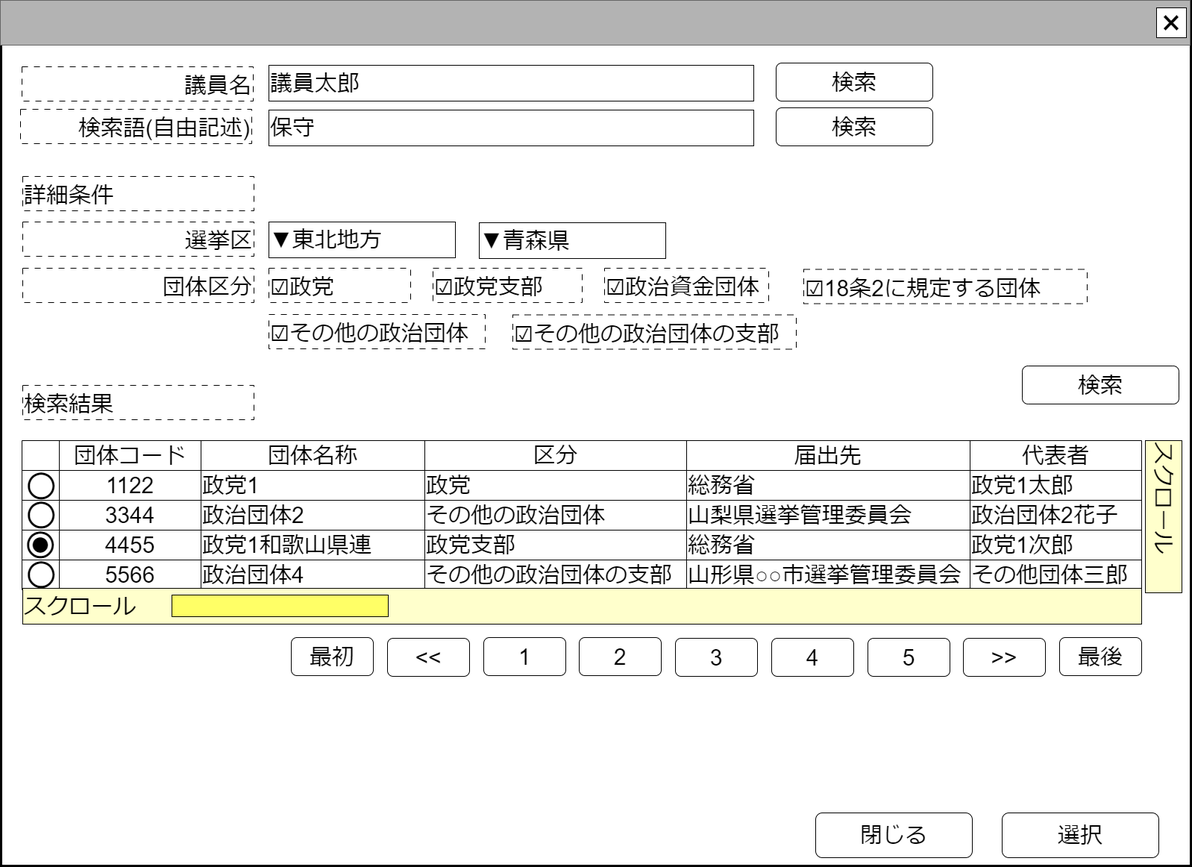
chiwa2023/investigate-politician-balance-report keeps this draw.io diagram as docs/common/front/search_politic_orgnization/image/政治団体検索.drawio.png. Above is the earlier version. Source tidied: cells renumbered, new cells last; positions are measured from the earlier drawing's top-left corner, leaving out a move shared by most shapes.
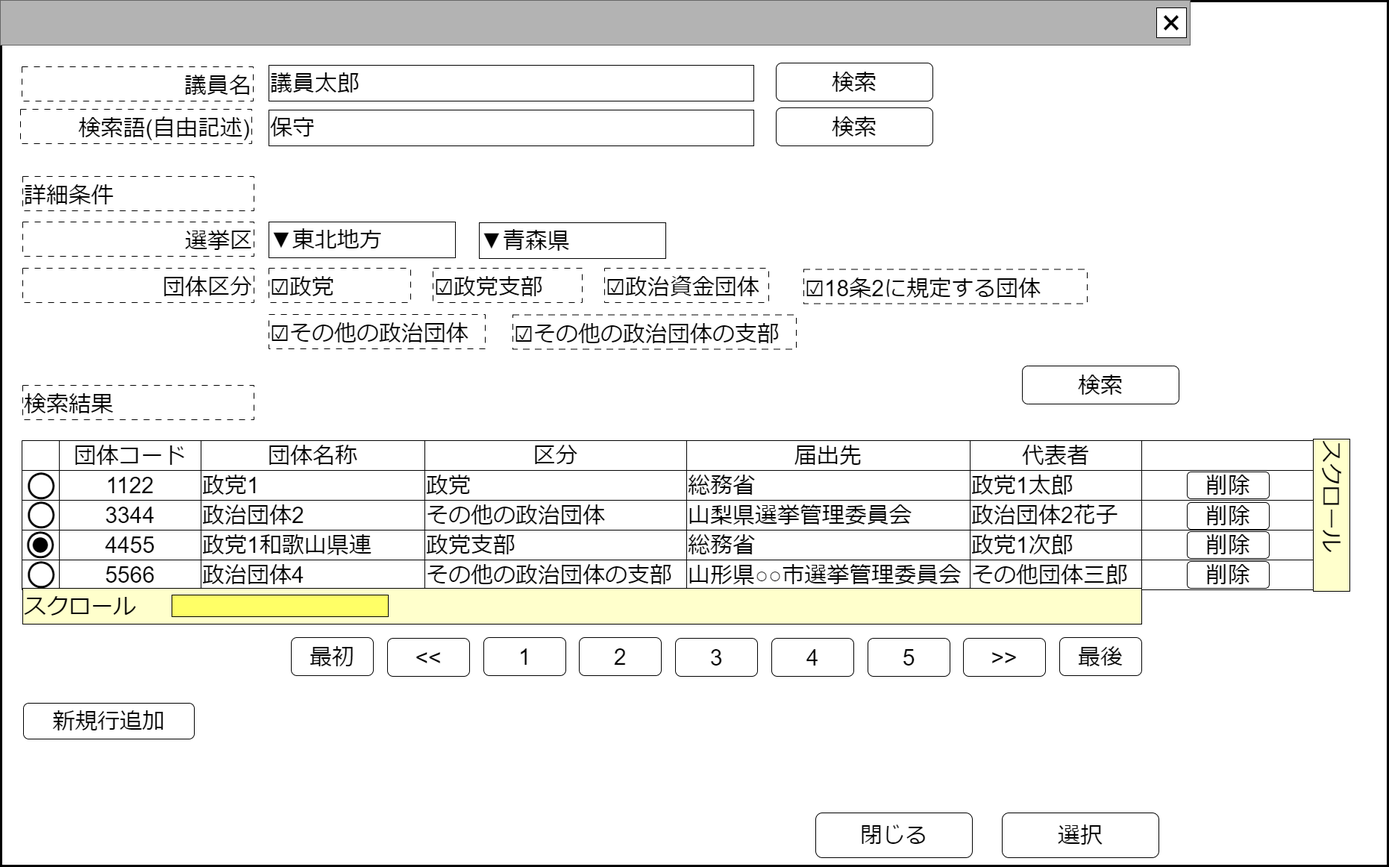
After the commit.

What changed in the source:
```diff
@@ -3,7 +3,7 @@
     <mxCell id="0" />
     <mxCell id="1" value="ウインドウ" parent="0" />
     <mxCell id="2" style="rounded=0;whiteSpace=wrap;html=1;strokeWidth=3;" parent="1" vertex="1">
-      <mxGeometry x="1" y="1" width="1595" height="1159" as="geometry" />
+      <mxGeometry x="1" y="1" width="1859" height="1159" as="geometry" />
     </mxCell>
     <mxCell id="3" style="rounded=0;whiteSpace=wrap;html=1;fillColor=#B3B3B3;fontColor=#333333;strokeColor=#666666;" parent="1" vertex="1">
       <mxGeometry width="1595" height="60" as="geometry" />
@@ -13,10 +13,10 @@
     </mxCell>
     <mxCell id="5" value="名称未設定レイヤ" parent="0" />
     <mxCell id="6" style="shape=table;startSize=0;fontSize=16;" parent="5" vertex="1">
-      <mxGeometry x="29" y="590" width="1501" height="200" as="geometry" />
+      <mxGeometry x="29" y="590" width="1731" height="200" as="geometry" />
     </mxCell>
     <mxCell id="7" style="shape=tableRow;horizontal=0;startSize=0;swimlaneHead=0;swimlaneBody=0;strokeColor=inherit;top=0;left=0;bottom=0;right=0;fillColor=none;fontSize=16;" parent="6" vertex="1">
-      <mxGeometry width="1501" height="40" as="geometry" />
+      <mxGeometry width="1731" height="40" as="geometry" />
     </mxCell>
     <mxCell id="8" style="shape=partialRectangle;html=1;whiteSpace=wrap;strokeColor=inherit;overflow=hidden;fillColor=none;top=0;left=0;bottom=0;right=0;fontSize=16;" parent="7" vertex="1">
       <mxGeometry width="50" height="40" as="geometry" />
@@ -36,8 +36,11 @@
     <mxCell id="13" value="&lt;font style=&quot;font-size: 30px;&quot;&gt;代表者&lt;/font&gt;" style="shape=partialRectangle;html=1;whiteSpace=wrap;strokeColor=inherit;overflow=hidden;fillColor=none;top=0;left=0;bottom=0;right=0;fontSize=16;" parent="7" vertex="1">
       <mxGeometry x="1271" width="230" height="40" as="geometry" />
     </mxCell>
+    <mxCell id="80" style="shape=partialRectangle;html=1;whiteSpace=wrap;strokeColor=inherit;overflow=hidden;fillColor=none;top=0;left=0;bottom=0;right=0;fontSize=16;" parent="7" vertex="1">
+      <mxGeometry x="1501" width="230" height="40" as="geometry" />
+    </mxCell>
     <mxCell id="14" style="shape=tableRow;horizontal=0;startSize=0;swimlaneHead=0;swimlaneBody=0;strokeColor=inherit;top=0;left=0;bottom=0;right=0;fillColor=none;fontSize=16;" parent="6" vertex="1">
-      <mxGeometry y="40" width="1501" height="40" as="geometry" />
+      <mxGeometry y="40" width="1731" height="40" as="geometry" />
     </mxCell>
     <mxCell id="15" style="shape=partialRectangle;html=1;whiteSpace=wrap;strokeColor=inherit;overflow=hidden;fillColor=none;top=0;left=0;bottom=0;right=0;fontSize=16;" parent="14" vertex="1">
       <mxGeometry width="50" height="40" as="geometry" />
@@ -57,8 +60,11 @@
     <mxCell id="20" value="&lt;font style=&quot;font-size: 30px;&quot;&gt;政党1太郎&lt;/font&gt;" style="shape=partialRectangle;html=1;whiteSpace=wrap;strokeColor=inherit;overflow=hidden;fillColor=none;top=0;left=0;bottom=0;right=0;fontSize=16;align=left;" parent="14" vertex="1">
       <mxGeometry x="1271" width="230" height="40" as="geometry" />
     </mxCell>
+    <mxCell id="81" style="shape=partialRectangle;html=1;whiteSpace=wrap;strokeColor=inherit;overflow=hidden;fillColor=none;top=0;left=0;bottom=0;right=0;fontSize=16;align=left;" parent="14" vertex="1">
+      <mxGeometry x="1501" width="230" height="40" as="geometry" />
+    </mxCell>
     <mxCell id="21" style="shape=tableRow;horizontal=0;startSize=0;swimlaneHead=0;swimlaneBody=0;strokeColor=inherit;top=0;left=0;bottom=0;right=0;fillColor=none;fontSize=16;align=left;" parent="6" vertex="1">
-      <mxGeometry y="80" width="1501" height="40" as="geometry" />
+      <mxGeometry y="80" width="1731" height="40" as="geometry" />
     </mxCell>
     <mxCell id="22" style="shape=partialRectangle;html=1;whiteSpace=wrap;strokeColor=inherit;overflow=hidden;fillColor=none;top=0;left=0;bottom=0;right=0;fontSize=16;" parent="21" vertex="1">
       <mxGeometry width="50" height="40" as="geometry" />
@@ -78,8 +84,11 @@
     <mxCell id="27" value="&lt;font style=&quot;font-size: 30px;&quot;&gt;政治団体2花子&lt;/font&gt;" style="shape=partialRectangle;html=1;whiteSpace=wrap;strokeColor=inherit;overflow=hidden;fillColor=none;top=0;left=0;bottom=0;right=0;fontSize=16;align=left;" parent="21" vertex="1">
       <mxGeometry x="1271" width="230" height="40" as="geometry" />
     </mxCell>
+    <mxCell id="82" style="shape=partialRectangle;html=1;whiteSpace=wrap;strokeColor=inherit;overflow=hidden;fillColor=none;top=0;left=0;bottom=0;right=0;fontSize=16;align=left;" parent="21" vertex="1">
+      <mxGeometry x="1501" width="230" height="40" as="geometry" />
+    </mxCell>
     <mxCell id="28" style="shape=tableRow;horizontal=0;startSize=0;swimlaneHead=0;swimlaneBody=0;strokeColor=inherit;top=0;left=0;bottom=0;right=0;fillColor=none;fontSize=16;" parent="6" vertex="1">
-      <mxGeometry y="120" width="1501" height="40" as="geometry" />
+      <mxGeometry y="120" width="1731" height="40" as="geometry" />
     </mxCell>
     <mxCell id="29" style="shape=partialRectangle;html=1;whiteSpace=wrap;strokeColor=inherit;overflow=hidden;fillColor=none;top=0;left=0;bottom=0;right=0;fontSize=16;" parent="28" vertex="1">
       <mxGeometry width="50" height="40" as="geometry" />
@@ -99,8 +108,11 @@
     <mxCell id="34" value="&lt;font style=&quot;font-size: 30px;&quot;&gt;政党1次郎&lt;/font&gt;" style="shape=partialRectangle;html=1;whiteSpace=wrap;strokeColor=inherit;overflow=hidden;fillColor=none;top=0;left=0;bottom=0;right=0;fontSize=16;align=left;" parent="28" vertex="1">
       <mxGeometry x="1271" width="230" height="40" as="geometry" />
     </mxCell>
+    <mxCell id="83" style="shape=partialRectangle;html=1;whiteSpace=wrap;strokeColor=inherit;overflow=hidden;fillColor=none;top=0;left=0;bottom=0;right=0;fontSize=16;align=left;" parent="28" vertex="1">
+      <mxGeometry x="1501" width="230" height="40" as="geometry" />
+    </mxCell>
     <mxCell id="35" style="shape=tableRow;horizontal=0;startSize=0;swimlaneHead=0;swimlaneBody=0;strokeColor=inherit;top=0;left=0;bottom=0;right=0;fillColor=none;fontSize=16;" parent="6" vertex="1">
-      <mxGeometry y="160" width="1501" height="40" as="geometry" />
+      <mxGeometry y="160" width="1731" height="40" as="geometry" />
     </mxCell>
     <mxCell id="36" style="shape=partialRectangle;html=1;whiteSpace=wrap;strokeColor=inherit;overflow=hidden;fillColor=none;top=0;left=0;bottom=0;right=0;fontSize=16;" parent="35" vertex="1">
       <mxGeometry width="50" height="40" as="geometry" />
@@ -120,6 +132,9 @@
     <mxCell id="41" value="&lt;font style=&quot;font-size: 30px;&quot;&gt;その他団体三郎&lt;/font&gt;" style="shape=partialRectangle;html=1;whiteSpace=wrap;strokeColor=inherit;overflow=hidden;fillColor=none;top=0;left=0;bottom=0;right=0;fontSize=16;align=left;" parent="35" vertex="1">
       <mxGeometry x="1271" width="230" height="40" as="geometry" />
     </mxCell>
+    <mxCell id="84" style="shape=partialRectangle;html=1;whiteSpace=wrap;strokeColor=inherit;overflow=hidden;fillColor=none;top=0;left=0;bottom=0;right=0;fontSize=16;align=left;" parent="35" vertex="1">
+      <mxGeometry x="1501" width="230" height="40" as="geometry" />
+    </mxCell>
     <mxCell id="42" value="&lt;font style=&quot;font-size: 84px;&quot;&gt;○&lt;/font&gt;" style="text;html=1;strokeColor=none;fillColor=none;align=center;verticalAlign=middle;whiteSpace=wrap;rounded=0;fontSize=60;" parent="5" vertex="1">
       <mxGeometry x="25" y="631" width="60" height="30" as="geometry" />
     </mxCell>
@@ -223,7 +238,7 @@
       <mxGeometry x="230" y="797" width="290" height="29" as="geometry" />
     </mxCell>
     <mxCell id="76" value="&lt;div style=&quot;&quot;&gt;&lt;font style=&quot;font-size: 30px;&quot;&gt;スクロール&lt;/font&gt;&lt;/div&gt;" style="rounded=0;whiteSpace=wrap;html=1;align=left;verticalAlign=top;fillColor=#FFFFCC;rotation=90;" parent="5" vertex="1">
-      <mxGeometry x="1457.5" y="667.5" width="204" height="49" as="geometry" />
+      <mxGeometry x="1682.5" y="665.5" width="204" height="49" as="geometry" />
     </mxCell>
     <mxCell id="77" value="&lt;span style=&quot;font-size: 30px;&quot;&gt;☑その他の政治団体&lt;/span&gt;" style="rounded=0;whiteSpace=wrap;html=1;align=left;dashed=1;dashPattern=8 8;verticalAlign=bottom;" parent="5" vertex="1">
       <mxGeometry x="360" y="421" width="290" height="46" as="geometry" />
@@ -234,5 +249,20 @@
     <mxCell id="79" value="&lt;span style=&quot;font-size: 30px;&quot;&gt;☑18条2に規定する団体&lt;/span&gt;" style="rounded=0;whiteSpace=wrap;html=1;align=left;dashed=1;dashPattern=8 8;verticalAlign=bottom;" parent="5" vertex="1">
       <mxGeometry x="1077" y="360.5" width="380" height="46" as="geometry" />
     </mxCell>
+    <mxCell id="85" value="&lt;span style=&quot;font-size: 30px;&quot;&gt;削除&lt;/span&gt;" style="rounded=1;whiteSpace=wrap;html=1;" parent="5" vertex="1">
+      <mxGeometry x="1591" y="632" width="110" height="36" as="geometry" />
+    </mxCell>
+    <mxCell id="86" value="&lt;span style=&quot;font-size: 30px;&quot;&gt;削除&lt;/span&gt;" style="rounded=1;whiteSpace=wrap;html=1;" parent="5" vertex="1">
+      <mxGeometry x="1591" y="673" width="110" height="36" as="geometry" />
+    </mxCell>
+    <mxCell id="87" value="&lt;span style=&quot;font-size: 30px;&quot;&gt;削除&lt;/span&gt;" style="rounded=1;whiteSpace=wrap;html=1;" parent="5" vertex="1">
+      <mxGeometry x="1591" y="712" width="110" height="36" as="geometry" />
+    </mxCell>
+    <mxCell id="88" value="&lt;span style=&quot;font-size: 30px;&quot;&gt;削除&lt;/span&gt;" style="rounded=1;whiteSpace=wrap;html=1;" parent="5" vertex="1">
+      <mxGeometry x="1591" y="752" width="110" height="36" as="geometry" />
+    </mxCell>
+    <mxCell id="89" value="&lt;span style=&quot;font-size: 30px;&quot;&gt;新規行追加&lt;/span&gt;" style="rounded=1;whiteSpace=wrap;html=1;" parent="5" vertex="1">
+      <mxGeometry x="31" y="942" width="229" height="48" as="geometry" />
+    </mxCell>
   </root>
 </mxGraphModel>
```
